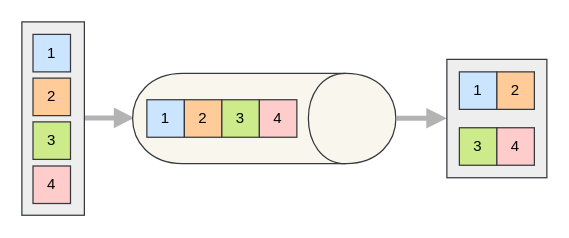
BEagle1984/silverback keeps this draw.io diagram as page "Batch" (3 of 7) of docs/_docs/diagrams/silverback-usecases.drawio. Above is the earlier version. Source tidied: cells renumbered, new cells numbered last; positions are measured from the earlier drawing's top-left corner, leaving out a move shared by most shapes. Both pictures are drawn from the tidied source at 125%, with x=0, y=0 at pixel (21, -14).
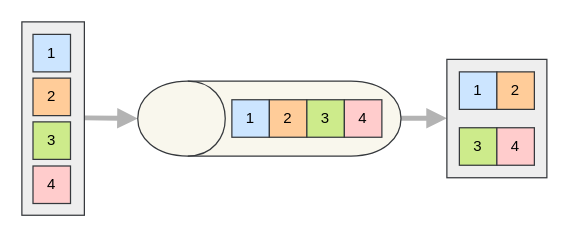
The same page after the edit.

What changed in the source:
```diff
@@
-    <mxCell id="2" style="endArrow=block;html=1;strokeWidth=4;endFill=1;fillColor=none;strokeColor=#B3B3B3;" parent="1" edge="1">
+    <mxCell id="2" style="endArrow=block;html=1;strokeWidth=4;endFill=1;fillColor=none;strokeColor=#B3B3B3;entryX=0.5;entryY=0;entryDx=0;entryDy=0;" parent="1" edge="1" target="6">
       <mxGeometry relative="1" as="geometry">
         <mxPoint x="50" y="104.8" as="sourcePoint" />
-        <mxPoint x="90" y="104.8" as="targetPoint" />
       </mxGeometry>
     </mxCell>
@@
-    <mxCell id="6" style="shape=cylinder;whiteSpace=wrap;html=1;boundedLbl=1;backgroundOutline=1;rotation=90;fillColor=#f9f7ed;strokeColor=#36393d;" parent="1" vertex="1">
-      <mxGeometry x="157.8" width="72.2" height="210.6" as="geometry" />
+    <mxCell id="6" style="shape=cylinder;whiteSpace=wrap;html=1;boundedLbl=1;backgroundOutline=1;rotation=90;fillColor=#f9f7ed;strokeColor=#36393d;direction=west;" parent="1" vertex="1">
+      <mxGeometry x="168" width="60" height="210.6" as="geometry" />
     </mxCell>
@@
     <mxCell id="10" value="1" style="rounded=0;whiteSpace=wrap;html=1;fillColor=#cce5ff;strokeColor=#36393d;" parent="1" vertex="1">
-      <mxGeometry x="100" y="90.3" width="30" height="30" as="geometry" />
+      <mxGeometry x="168" y="90.3" width="30" height="30" as="geometry" />
     </mxCell>
     <mxCell id="11" value="2" style="rounded=0;whiteSpace=wrap;html=1;fillColor=#ffcc99;strokeColor=#36393d;" parent="1" vertex="1">
-      <mxGeometry x="130" y="90.3" width="30" height="30" as="geometry" />
+      <mxGeometry x="198" y="90.3" width="30" height="30" as="geometry" />
     </mxCell>
     <mxCell id="12" value="3" style="rounded=0;whiteSpace=wrap;html=1;fillColor=#cdeb8b;strokeColor=#36393d;" parent="1" vertex="1">
-      <mxGeometry x="160" y="90.3" width="30" height="30" as="geometry" />
+      <mxGeometry x="228" y="90.3" width="30" height="30" as="geometry" />
     </mxCell>
@@
     <mxCell id="17" value="4" style="rounded=0;whiteSpace=wrap;html=1;fillColor=#ffcccc;strokeColor=#36393d;" parent="1" vertex="1">
-      <mxGeometry x="190" y="90.3" width="30" height="30" as="geometry" />
+      <mxGeometry x="258" y="90.3" width="30" height="30" as="geometry" />
     </mxCell>
```
